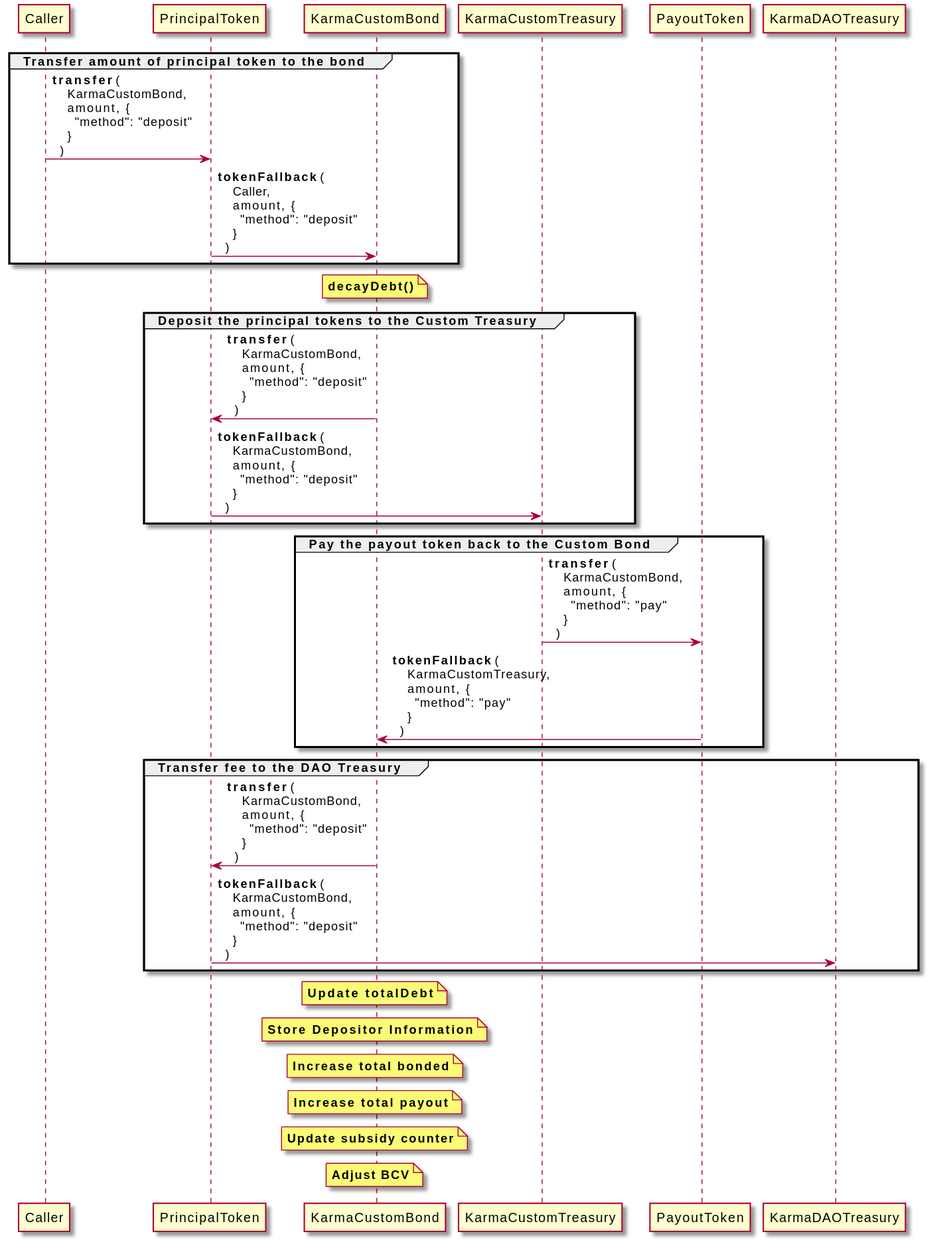
Above: Karma-Bond/Contracts/Karma-CustomBond/docs/uml/deposit.svg in Karma-Finance/karma-scores (PlantUML), before the change.
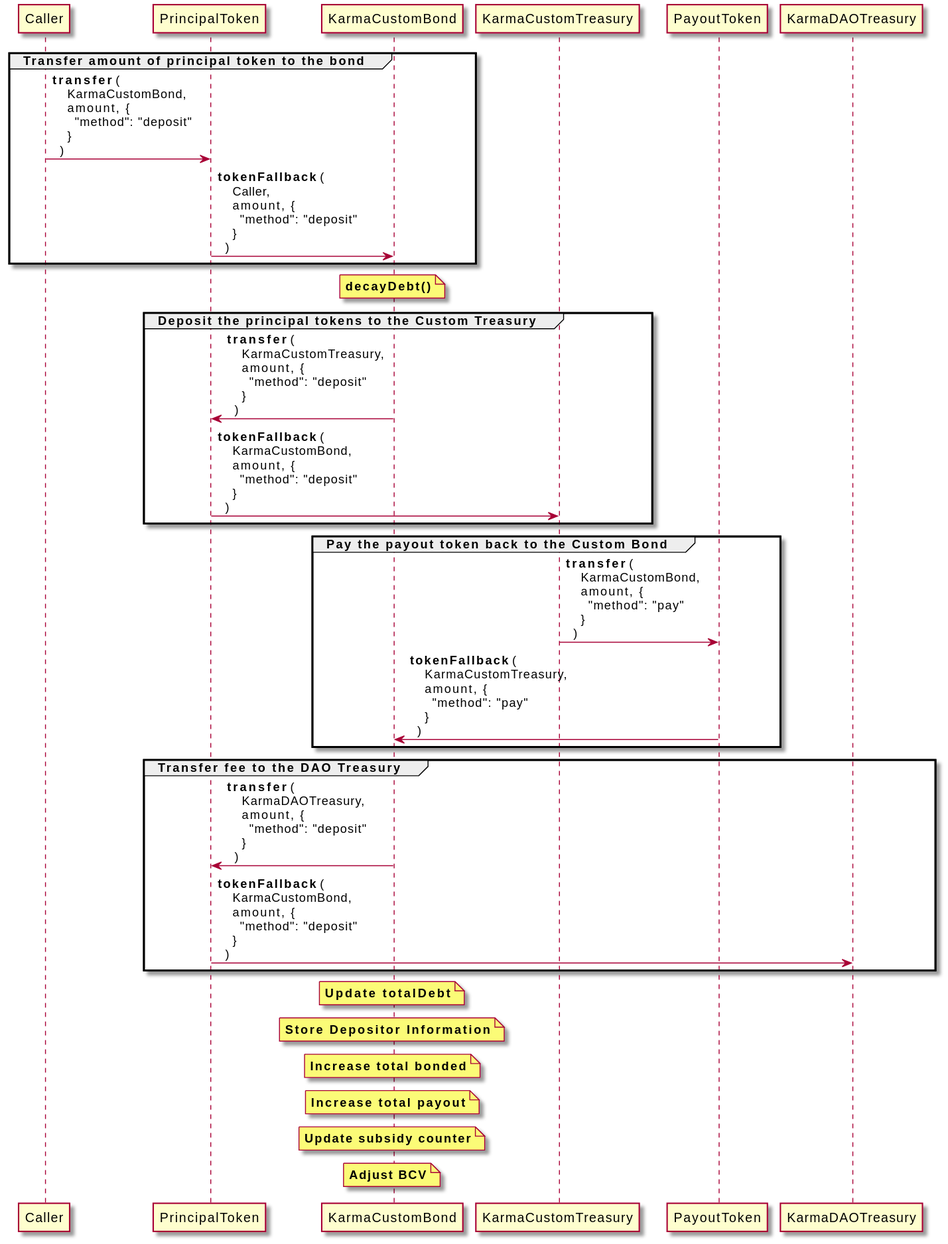
Later version of the same file.

Commit message:
Update KarmaCustomBond::deposit documentation

Diff of the diagram source:
```diff
@@ -8,7 +8,7 @@
 note over KarmaCustomBond : **decayDebt()**
 
 group Deposit the principal tokens to the Custom Treasury
-  KarmaCustomBond -> PrincipalToken : **transfer** ( \n    KarmaCustomBond, \n    amount, { \n      "method": "deposit" \n    } \n  )
+  KarmaCustomBond -> PrincipalToken : **transfer** ( \n    KarmaCustomTreasury, \n    amount, { \n      "method": "deposit" \n    } \n  )
 
   PrincipalToken -> KarmaCustomTreasury : **tokenFallback** ( \n    KarmaCustomBond, \n    amount, { \n      "method": "deposit" \n    } \n  )
 end group
@@ -22,7 +22,7 @@
 
 
 group Transfer fee to the DAO Treasury
-  KarmaCustomBond -> PrincipalToken : **transfer** ( \n    KarmaCustomBond, \n    amount, { \n      "method": "deposit" \n    } \n  )
+  KarmaCustomBond -> PrincipalToken : **transfer** ( \n    KarmaDAOTreasury, \n    amount, { \n      "method": "deposit" \n    } \n  )
 
   PrincipalToken -> KarmaDAOTreasury : **tokenFallback** ( \n    KarmaCustomBond, \n    amount, { \n      "method": "deposit" \n    } \n  )
 
```
